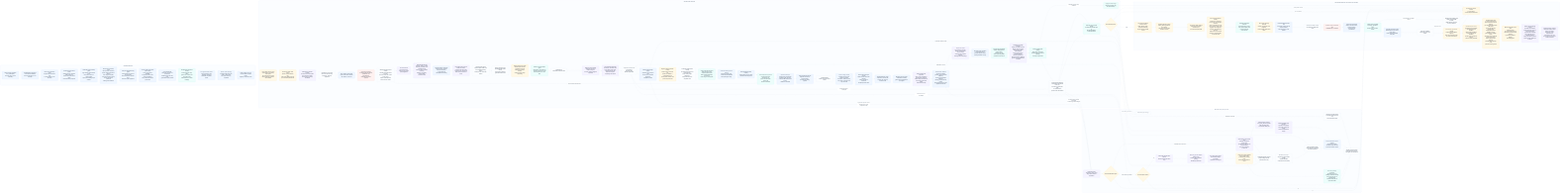
This is odylith/atlas/source/domain-intelligence-greenfield-governance.png from odylith/odylith, a Mermaid export, as it was before one commit. Its source is kept beside it as odylith/atlas/source/domain-intelligence-greenfield-governance.mmd.
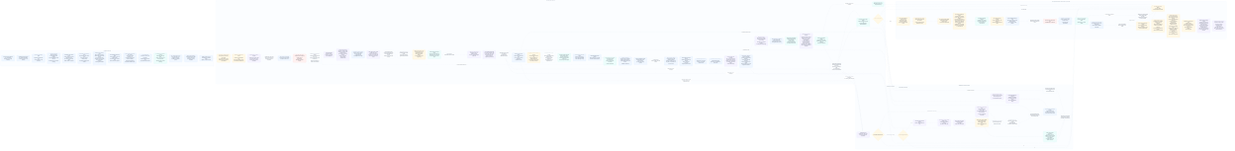
Above is the later version.

What changed in the source:
```diff
@@ -4,11 +4,12 @@
       visible_intent["Product intent hypothesis<br/>story, state object,<br/>first path, actors, proof boundary"]
       confirmable_stdout["Candidate intent projection<br/>no command committed,<br/>no host instructions or CLI envelope"]
       source_guard["Intent source boundary guard<br/>Original user intent block only,<br/>no host guidance or CLI envelope"]
+      operating_envelope["Declared Greenfield operating envelope<br/>one bounded product package,<br/>supported evidence format and host,<br/>bounded actors and system topology"]
       intent_section_parser["Confirmed-intent section parser<br/>heading sections and inline label-value rows<br/>become structured intent fields<br/>before semantic projection"]
       prose_boundary_guard["Confirmed prose-boundary guard<br/>long sentence body remains body<br/>even when it names a canonical field;<br/>only explicit headings open sections"]
       prompt_recovery["Prompt-source recovery owner<br/>direct product containers,<br/>helper-relative actor/action clauses,<br/>actor-led gerund paths,<br/>semicolon purpose context,<br/>source punctuation preserved<br/>before generic fallback"]
       editorial_framing_guard["First-path editorial framing guard<br/>inline smallest-version and whole-product<br/>meta clauses leave product facts<br/>before first-path projection"]
-      source_claim_custody["Source evidence and claim-span custody<br/>source units remain auditable;<br/>accepted product-claim spans stay distinct;<br/>every material fact keeps provenance"]
+      source_claim_custody["Source evidence and claim-span custody<br/>raw prompts remain evidence only;<br/>typed facts require exact structural equality;<br/>bounded interpretations keep hashed evidence spans"]
       confirmed_ir["ConfirmedIntentIR<br/>section IDs, source-unit provenance,<br/>accepted claim-span IDs, hash,<br/>grammatical object phrases"]
       accepted_path_projection["Accepted path projection custody<br/>action/object lists stay intact;<br/>generic user roles do not mine object tails;<br/>state labels are not inline headings"]
       non_goal_owner["Non-goal derivation owner<br/>proof, assumption, and ambiguity exclusions<br/>outside the completion parent"]
@@ -111,7 +112,7 @@
       registry_forensics_custody["Registry forensics custody<br/>component sidecars keep generic summaries,<br/>workstream scope, component IDs,<br/>and artifact counts only<br/>raw scenario prose stays in evidence surfaces"]
     end
 
-    visible_intent --> confirmable_stdout --> source_guard --> intent_section_parser --> prose_boundary_guard --> prompt_recovery --> editorial_framing_guard --> source_claim_custody --> confirmed_ir --> accepted_path_projection --> non_goal_owner --> sparse_systems --> public_system_copy
+    visible_intent --> confirmable_stdout --> source_guard --> operating_envelope --> intent_section_parser --> prose_boundary_guard --> prompt_recovery --> editorial_framing_guard --> source_claim_custody --> confirmed_ir --> accepted_path_projection --> non_goal_owner --> sparse_systems --> public_system_copy
     public_system_copy --> apply_input --> intent_visible_result --> compiler --> actor_role_owner --> artifact_actor_filter --> actor_path_role --> shared_event_resolver --> semantic_ir --> evaluation_semantics --> external_boundary --> sequence_owner --> subject_carry_guard --> result_language --> visible_result_priority --> prose_shape_guard --> artifact_plan --> release_scope --> canonical_facts --> projection_contract --> semantic_patch_targets --> registry_contract_custody --> semantic_result_custody --> projections --> confirmed_diagram_projection --> atlas_label_custody --> state_boundary_titles --> next_steps --> project_dashboard --> draft_set
     shared_event_resolver -. "same resolved human event" .-> state_boundary_titles
     draft_set --> source_casing_custody --> control_plane_homonyms --> artifact_units --> mermaid_source_units --> visible_actor_projection --> validators --> expert_lenses --> persisted_readback --> governed_readback --> evidence_readback --> typed_findings --> source_addresses --> projection_targets --> final_manifest
@@ -148,7 +149,7 @@
     classDef standard fill:#F8FAFC,stroke:#CBD5E1,color:#132033,stroke-width:1.2px;
     classDef rescue fill:#FFF7ED,stroke:#FDBA74,color:#132033,stroke-width:1.2px;
     classDef write fill:#F0FDF4,stroke:#86EFAC,color:#132033,stroke-width:1.2px;
-    class visible_intent,confirmable_stdout,source_guard,intent_section_parser,prose_boundary_guard,prompt_recovery,editorial_framing_guard,source_claim_custody,confirmed_ir,non_goal_owner,sparse_systems,public_system_copy intent;
+    class visible_intent,confirmable_stdout,source_guard,operating_envelope,intent_section_parser,prose_boundary_guard,prompt_recovery,editorial_framing_guard,source_claim_custody,confirmed_ir,non_goal_owner,sparse_systems,public_system_copy intent;
     class apply_input,intent_visible_result,compiler,semantic_ir,evaluation_semantics,actor_role_owner,artifact_actor_filter,actor_path_role,shared_event_resolver,external_boundary,sequence_owner,subject_carry_guard,result_language,visible_result_priority,prose_shape_guard,artifact_plan,release_scope,canonical_facts,projection_contract,semantic_patch_targets,registry_contract_custody,semantic_result_custody,projections,confirmed_diagram_projection,atlas_label_custody,state_boundary_titles,next_steps,project_dashboard,draft_set,source_casing_custody,control_plane_homonyms,artifact_units,mermaid_source_units,visible_actor_projection,validators,expert_lenses,persisted_readback,governed_readback,evidence_readback,typed_findings,source_addresses,projection_targets,legacy_blockers,final_manifest standard;
     class repairable,patchset,executable_target,deterministic_source_patch,rescue_budget,tribunal_planner,provider_adapter,strict_schema,custody_check,repair_manifest,semantic_apply,plan_apply,semantic_mirror_sync,scope_ledger,dashboard_rerender,projection_rerender,package_inspection,rerender rescue;
     class surface_custody,portable_catalog_links,transaction_quality,acceptance_identity,compiled_memory_previews,report_envelope,transaction_seal,compiler_receipt,transaction_ready,commit_verify,writes,atomic_cleanup,readback,rollback,blockers,post_confirm_handoff,matrix_scorer,release_matrix,natural_rescue_proof,selected_case_leakage,registry_forensics_custody write;
```
